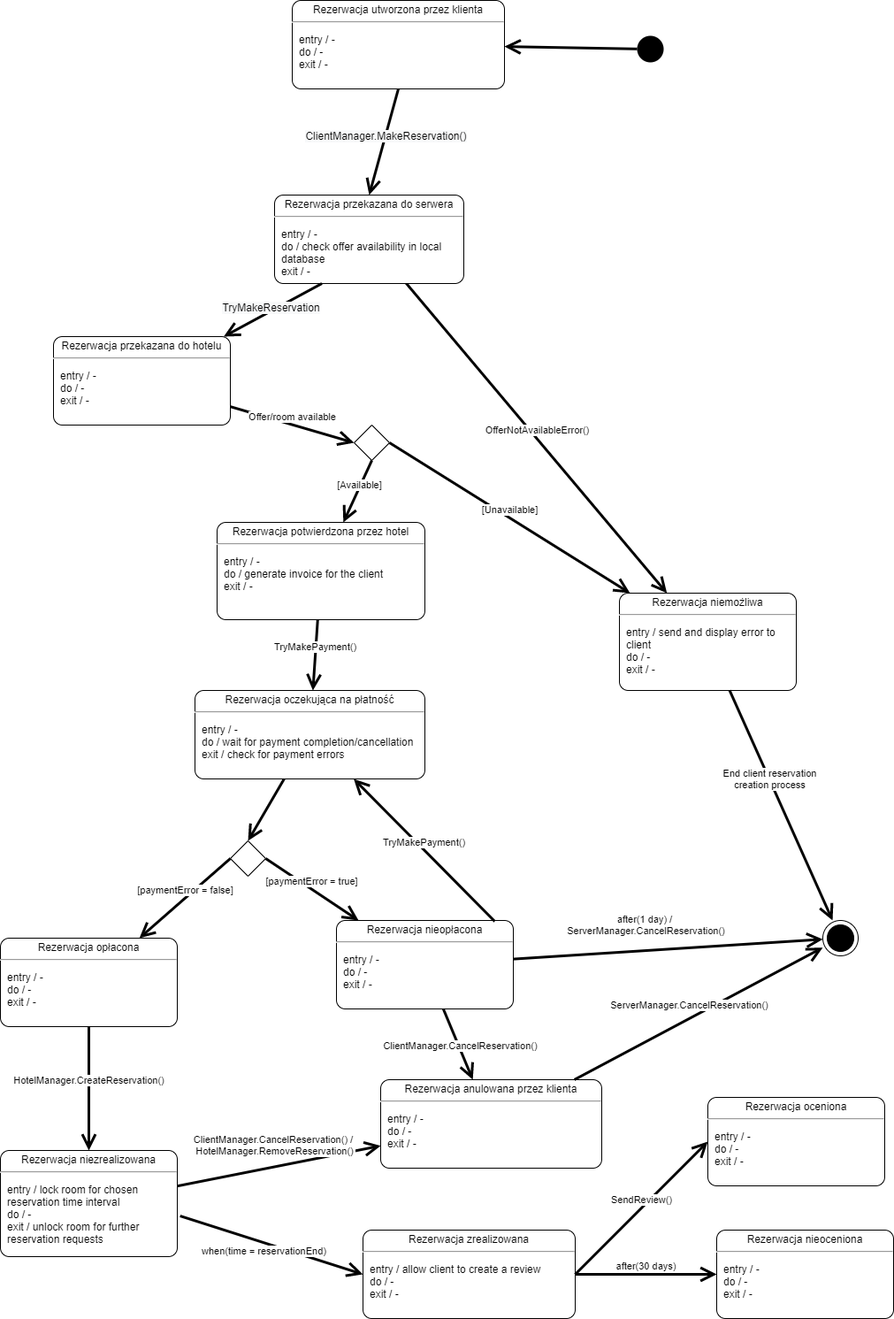
pw-software-engineering/specification keeps this draw.io diagram as checkpoint1/ReservationStateDiagram.png. Above is the earlier version. Source tidied: cells renumbered, new cells last; positions are measured from the earlier drawing's top-left corner, leaving out a move shared by most shapes.
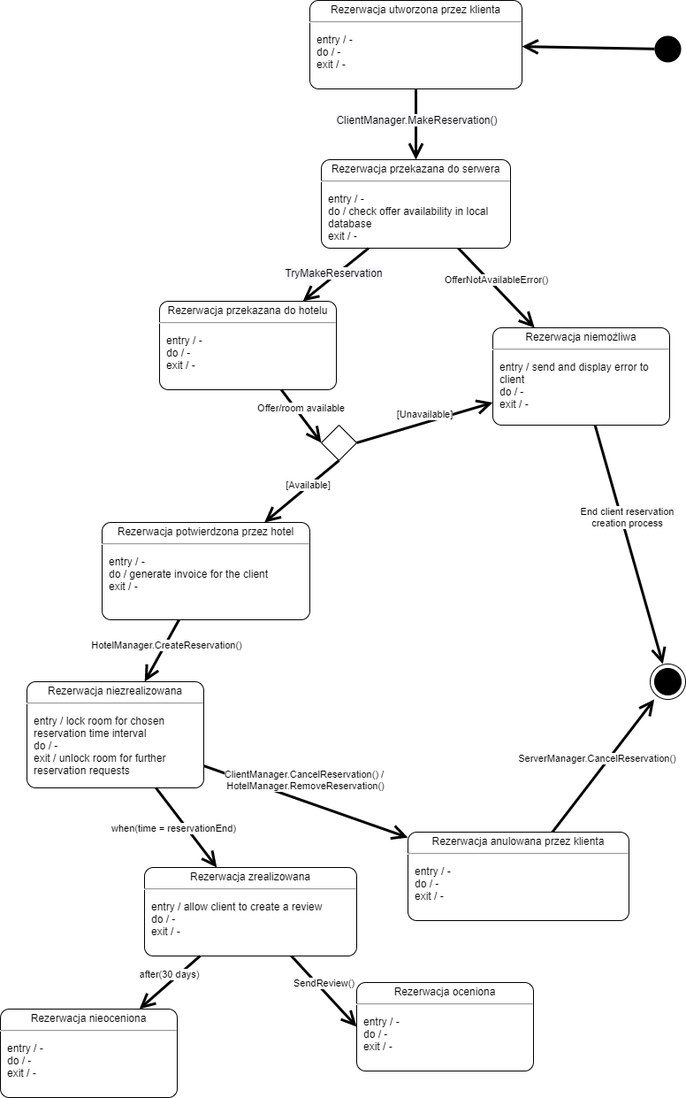
Later version of the same file.

Commit message:
Usunięcie płatności z diagramów rezerwacji

What changed in the source:
```diff
@@ -3,33 +3,30 @@
     <mxCell id="0" />
     <mxCell id="1" parent="0" />
     <mxCell id="2" style="ellipse;fillColor=#000000;strokeColor=none;" parent="1" vertex="1">
-      <mxGeometry x="720" y="40" width="30" height="30" as="geometry" />
+      <mxGeometry x="679" y="290" width="30" height="30" as="geometry" />
     </mxCell>
     <mxCell id="3" style="shape=mxgraph.sysml.actFinal;html=1;verticalLabelPosition=bottom;labelBackgroundColor=#ffffff;verticalAlign=top;" parent="1" vertex="1">
-      <mxGeometry x="930" y="1040" width="40" height="40" as="geometry" />
+      <mxGeometry x="674" y="1000" width="40" height="40" as="geometry" />
     </mxCell>
     <mxCell id="4" value="&lt;p style=&quot;margin: 0px ; margin-top: 4px ; text-align: center&quot;&gt;Rezerwacja utworzona przez klienta&lt;/p&gt;&lt;hr&gt;&lt;p&gt;&lt;/p&gt;&lt;p style=&quot;margin: 0px ; margin-left: 8px ; text-align: left&quot;&gt;entry / -&lt;br&gt;do / -&lt;br&gt;exit / -&lt;/p&gt;" style="shape=mxgraph.sysml.simpleState;html=1;overflow=fill;whiteSpace=wrap;align=center;" parent="1" vertex="1">
-      <mxGeometry x="330" width="240" height="100" as="geometry" />
+      <mxGeometry x="289" y="250" width="240" height="100" as="geometry" />
     </mxCell>
     <mxCell id="5" style="edgeStyle=none;html=1;endArrow=open;endSize=12;strokeWidth=3;verticalAlign=bottom;" parent="1" edge="1" source="2" target="4">
       <mxGeometry relative="1" as="geometry" />
     </mxCell>
     <mxCell id="6" value="&lt;p style=&quot;margin: 0px ; margin-top: 4px ; text-align: center&quot;&gt;Rezerwacja potwierdzona przez hotel&lt;/p&gt;&lt;hr&gt;&lt;p&gt;&lt;/p&gt;&lt;p style=&quot;margin: 0px ; margin-left: 8px ; text-align: left&quot;&gt;entry / -&lt;br&gt;do / generate invoice for the client&lt;br&gt;exit / -&lt;/p&gt;" style="shape=mxgraph.sysml.simpleState;html=1;overflow=fill;whiteSpace=wrap;align=center;" parent="1" vertex="1">
-      <mxGeometry x="245" y="590" width="235" height="110" as="geometry" />
+      <mxGeometry x="54" y="840" width="235" height="110" as="geometry" />
     </mxCell>
     <mxCell id="7" value="&lt;p style=&quot;margin: 0px ; margin-top: 4px ; text-align: center&quot;&gt;Rezerwacja niemożliwa&lt;/p&gt;&lt;hr&gt;&lt;p&gt;&lt;/p&gt;&lt;p style=&quot;margin: 0px ; margin-left: 8px ; text-align: left&quot;&gt;entry / send and display error to client&lt;br&gt;do / -&lt;br&gt;exit / -&lt;/p&gt;" style="shape=mxgraph.sysml.simpleState;html=1;overflow=fill;whiteSpace=wrap;align=center;" parent="1" vertex="1">
-      <mxGeometry x="700" y="670" width="200" height="110" as="geometry" />
+      <mxGeometry x="496" y="620" width="200" height="110" as="geometry" />
     </mxCell>
-    <mxCell id="8" value="&lt;p style=&quot;margin: 0px ; margin-top: 4px ; text-align: center&quot;&gt;Rezerwacja opłacona&lt;/p&gt;&lt;hr&gt;&lt;p&gt;&lt;/p&gt;&lt;p style=&quot;margin: 0px ; margin-left: 8px ; text-align: left&quot;&gt;entry / -&lt;br&gt;do / -&lt;br&gt;exit / -&lt;/p&gt;" style="shape=mxgraph.sysml.simpleState;html=1;overflow=fill;whiteSpace=wrap;align=center;" parent="1" vertex="1">
-      <mxGeometry y="1060" width="200" height="100" as="geometry" />
-    </mxCell>
     <mxCell id="9" value="&lt;p style=&quot;margin: 0px ; margin-top: 4px ; text-align: center&quot;&gt;Rezerwacja niezrealizowana&lt;/p&gt;&lt;hr&gt;&lt;p&gt;&lt;/p&gt;&lt;p style=&quot;margin: 0px ; margin-left: 8px ; text-align: left&quot;&gt;entry /&amp;nbsp;lock room for chosen reservation time interval&lt;br&gt;do / -&lt;br&gt;exit / unlock room for further reservation requests&lt;/p&gt;" style="shape=mxgraph.sysml.simpleState;html=1;overflow=fill;whiteSpace=wrap;align=center;" parent="1" vertex="1">
-      <mxGeometry y="1300" width="200" height="120" as="geometry" />
+      <mxGeometry x="-31" y="1020" width="200" height="120" as="geometry" />
     </mxCell>
     <mxCell id="10" value="&lt;p style=&quot;margin: 0px ; margin-top: 4px ; text-align: center&quot;&gt;Rezerwacja zrealizowana&lt;/p&gt;&lt;hr&gt;&lt;p&gt;&lt;/p&gt;&lt;p style=&quot;margin: 0px ; margin-left: 8px ; text-align: left&quot;&gt;entry / allow client to create a review&lt;br&gt;do / -&lt;br&gt;exit / -&lt;/p&gt;" style="shape=mxgraph.sysml.simpleState;html=1;overflow=fill;whiteSpace=wrap;align=center;" parent="1" vertex="1">
-      <mxGeometry x="410" y="1390" width="240" height="100" as="geometry" />
+      <mxGeometry x="102" y="1230" width="240" height="100" as="geometry" />
     </mxCell>
-    <mxCell id="11" value="when(time = reservationEnd)" style="edgeStyle=none;html=1;endArrow=open;endSize=12;strokeWidth=3;verticalAlign=bottom;exitX=1.016;exitY=0.617;exitDx=0;exitDy=0;exitPerimeter=0;entryX=0;entryY=0.5;entryDx=0;entryDy=0;entryPerimeter=0;" parent="1" edge="1" source="9" target="10">
+    <mxCell id="11" value="when(time = reservationEnd)" style="edgeStyle=none;html=1;endArrow=open;endSize=12;strokeWidth=3;verticalAlign=bottom;" parent="1" edge="1" source="9" target="10">
       <mxGeometry x="-0.03" y="-17" relative="1" as="geometry">
         <mxPoint y="1" as="offset" />
       </mxGeometry>
@@ -38,10 +35,10 @@
       <mxGeometry relative="1" as="geometry" />
     </mxCell>
     <mxCell id="13" value="&lt;p style=&quot;margin: 0px ; margin-top: 4px ; text-align: center&quot;&gt;Rezerwacja przekazana do serwera&lt;/p&gt;&lt;hr&gt;&lt;p&gt;&lt;/p&gt;&lt;p style=&quot;margin: 0px ; margin-left: 8px ; text-align: left&quot;&gt;entry / -&lt;br&gt;do / check offer availability in local database&lt;br&gt;exit / -&lt;/p&gt;" style="shape=mxgraph.sysml.simpleState;html=1;overflow=fill;whiteSpace=wrap;align=center;" parent="1" vertex="1">
-      <mxGeometry x="310" y="220" width="214" height="100" as="geometry" />
+      <mxGeometry x="302" y="430" width="214" height="100" as="geometry" />
     </mxCell>
     <mxCell id="14" value="&lt;p style=&quot;margin: 0px ; margin-top: 4px ; text-align: center&quot;&gt;Rezerwacja przekazana do hotelu&lt;/p&gt;&lt;hr&gt;&lt;p&gt;&lt;/p&gt;&lt;p style=&quot;margin: 0px ; margin-left: 8px ; text-align: left&quot;&gt;entry / -&lt;br&gt;do / -&lt;br&gt;exit / -&lt;/p&gt;" style="shape=mxgraph.sysml.simpleState;html=1;overflow=fill;whiteSpace=wrap;align=center;" parent="1" vertex="1">
-      <mxGeometry x="60" y="380" width="200" height="100" as="geometry" />
+      <mxGeometry x="119" y="590" width="200" height="100" as="geometry" />
     </mxCell>
     <mxCell id="15" style="edgeStyle=none;html=1;endArrow=open;endSize=12;strokeWidth=3;verticalAlign=bottom;entryX=0.5;entryY=0;entryDx=0;entryDy=0;entryPerimeter=0;exitX=0.5;exitY=1;exitDx=0;exitDy=0;exitPerimeter=0;" parent="1" edge="1" source="4" target="13">
       <mxGeometry relative="1" as="geometry" />
@@ -65,15 +62,6 @@
         <mxPoint y="-1" as="offset" />
       </mxGeometry>
     </mxCell>
-    <mxCell id="21" value="&lt;p style=&quot;margin: 0px ; margin-top: 4px ; text-align: center&quot;&gt;Rezerwacja nieopłacona&lt;/p&gt;&lt;hr&gt;&lt;p&gt;&lt;/p&gt;&lt;p style=&quot;margin: 0px ; margin-left: 8px ; text-align: left&quot;&gt;entry / -&lt;br&gt;do / -&lt;br&gt;exit / -&lt;/p&gt;" style="shape=mxgraph.sysml.simpleState;html=1;overflow=fill;whiteSpace=wrap;align=center;" parent="1" vertex="1">
-      <mxGeometry x="380" y="1040" width="200" height="100" as="geometry" />
-    </mxCell>
-    <mxCell id="22" value="after(1 day) / &lt;br&gt;ServerManager.CancelReservation()" style="edgeStyle=none;html=1;endArrow=open;endSize=12;strokeWidth=3;verticalAlign=bottom;" parent="1" edge="1" source="21" target="3">
-      <mxGeometry x="-0.14" y="13" relative="1" as="geometry" />
-    </mxCell>
-    <mxCell id="23" style="shape=rhombus;html=1;labelPosition=right;align=left;verticalAlign=middle;" parent="1" vertex="1">
-      <mxGeometry x="260" y="950" width="40" height="40" as="geometry" />
-    </mxCell>
     <mxCell id="24" style="edgeStyle=none;html=1;endArrow=open;endSize=12;strokeWidth=3;verticalAlign=bottom;" parent="1" edge="1" source="7" target="3">
       <mxGeometry x="-0.06" y="15" relative="1" as="geometry" />
     </mxCell>
@@ -83,7 +71,7 @@
       </mxGeometry>
     </mxCell>
     <mxCell id="26" value="&lt;p style=&quot;margin: 0px ; margin-top: 4px ; text-align: center&quot;&gt;Rezerwacja anulowana przez klienta&lt;/p&gt;&lt;hr&gt;&lt;p&gt;&lt;/p&gt;&lt;p style=&quot;margin: 0px ; margin-left: 8px ; text-align: left&quot;&gt;entry / -&lt;/p&gt;&lt;p style=&quot;margin: 0px ; margin-left: 8px ; text-align: left&quot;&gt;do / -&lt;br&gt;exit / -&lt;/p&gt;" style="shape=mxgraph.sysml.simpleState;html=1;overflow=fill;whiteSpace=wrap;align=center;" parent="1" vertex="1">
-      <mxGeometry x="430" y="1220" width="250" height="100" as="geometry" />
+      <mxGeometry x="400" y="1190" width="250" height="100" as="geometry" />
     </mxCell>
     <mxCell id="27" value="ServerManager.CancelReservation()" style="edgeStyle=none;html=1;endArrow=open;endSize=12;strokeWidth=3;verticalAlign=bottom;" parent="1" edge="1" source="26" target="3">
       <mxGeometry x="-0.06" y="5" relative="1" as="geometry" />
@@ -91,23 +79,14 @@
     <mxCell id="28" value="ClientManager.CancelReservation() / &lt;br&gt;HotelManager.RemoveReservation()" style="edgeStyle=none;html=1;endArrow=open;endSize=12;strokeWidth=3;verticalAlign=bottom;" parent="1" edge="1" source="9" target="26">
       <mxGeometry x="-0.03" y="8" relative="1" as="geometry" />
     </mxCell>
-    <mxCell id="29" value="&lt;p style=&quot;margin: 0px ; margin-top: 4px ; text-align: center&quot;&gt;Rezerwacja oczekująca na płatność&lt;/p&gt;&lt;hr&gt;&lt;p&gt;&lt;/p&gt;&lt;p style=&quot;margin: 0px ; margin-left: 8px ; text-align: left&quot;&gt;entry / -&lt;br&gt;do / wait for payment completion/cancellation&lt;br&gt;exit / check for payment errors&lt;/p&gt;" style="shape=mxgraph.sysml.simpleState;html=1;overflow=fill;whiteSpace=wrap;align=center;" parent="1" vertex="1">
-      <mxGeometry x="220" y="780" width="260" height="100" as="geometry" />
-    </mxCell>
-    <mxCell id="30" value="ClientManager.CancelReservation()" style="edgeStyle=none;html=1;endArrow=open;endSize=12;strokeWidth=3;verticalAlign=bottom;" parent="1" edge="1" source="21" target="26">
-      <mxGeometry x="0.24" y="-2" relative="1" as="geometry" />
-    </mxCell>
     <mxCell id="31" value="&lt;p style=&quot;margin: 0px ; margin-top: 4px ; text-align: center&quot;&gt;Rezerwacja oceniona&lt;/p&gt;&lt;hr&gt;&lt;p&gt;&lt;/p&gt;&lt;p style=&quot;margin: 0px ; margin-left: 8px ; text-align: left&quot;&gt;entry / -&lt;br&gt;do / -&lt;br&gt;exit / -&lt;/p&gt;" style="shape=mxgraph.sysml.simpleState;html=1;overflow=fill;whiteSpace=wrap;align=center;" parent="1" vertex="1">
-      <mxGeometry x="800" y="1240" width="200" height="100" as="geometry" />
+      <mxGeometry x="342" y="1360" width="200" height="100" as="geometry" />
     </mxCell>
-    <mxCell id="32" value="SendReview()" style="edgeStyle=none;html=1;endArrow=open;endSize=12;strokeWidth=3;verticalAlign=bottom;exitX=1;exitY=0.5;exitDx=0;exitDy=0;exitPerimeter=0;entryX=0;entryY=0.5;entryDx=0;entryDy=0;entryPerimeter=0;" parent="1" edge="1" source="10" target="31">
+    <mxCell id="32" value="SendReview()" style="edgeStyle=none;html=1;endArrow=open;endSize=12;strokeWidth=3;verticalAlign=bottom;entryX=0;entryY=0.5;entryDx=0;entryDy=0;entryPerimeter=0;" parent="1" edge="1" source="10" target="31">
       <mxGeometry relative="1" as="geometry" />
     </mxCell>
-    <mxCell id="33" value="TryMakePayment()" style="edgeStyle=none;html=1;endArrow=open;endSize=12;strokeWidth=3;verticalAlign=bottom;exitX=0.895;exitY=0.01;exitDx=0;exitDy=0;exitPerimeter=0;" parent="1" edge="1" source="21" target="29">
-      <mxGeometry relative="1" as="geometry" />
-    </mxCell>
     <mxCell id="34" style="shape=rhombus;html=1;labelPosition=right;align=left;verticalAlign=middle;" parent="1" vertex="1">
-      <mxGeometry x="400" y="480" width="40" height="40" as="geometry" />
+      <mxGeometry x="302" y="730" width="40" height="40" as="geometry" />
     </mxCell>
     <mxCell id="35" value="[Unavailable]" style="edgeStyle=none;html=1;endArrow=open;endSize=12;strokeWidth=3;verticalAlign=bottom;exitX=1;exitY=0.5;exitDx=0;exitDy=0;" parent="1" edge="1" source="34" target="7">
       <mxGeometry relative="1" as="geometry" />
@@ -115,23 +94,14 @@
     <mxCell id="36" value="Offer/room available" style="edgeStyle=none;html=1;endArrow=open;endSize=12;strokeWidth=3;verticalAlign=bottom;entryX=0;entryY=0.5;entryDx=0;entryDy=0;" parent="1" edge="1" source="14" target="34">
       <mxGeometry relative="1" as="geometry" />
     </mxCell>
-    <mxCell id="37" value="TryMakePayment()" style="edgeStyle=none;html=1;endArrow=open;endSize=12;strokeWidth=3;verticalAlign=bottom;" parent="1" edge="1" source="6" target="29">
-      <mxGeometry relative="1" as="geometry" />
-    </mxCell>
-    <mxCell id="38" style="edgeStyle=none;html=1;endArrow=open;endSize=12;strokeWidth=3;verticalAlign=bottom;entryX=0.5;entryY=0;entryDx=0;entryDy=0;" parent="1" edge="1" source="29" target="23">
-      <mxGeometry relative="1" as="geometry" />
-    </mxCell>
-    <mxCell id="39" value="[paymentError = false]" style="edgeStyle=none;html=1;endArrow=open;endSize=12;strokeWidth=3;verticalAlign=bottom;exitX=0;exitY=0.5;exitDx=0;exitDy=0;" parent="1" edge="1" source="23" target="8">
-      <mxGeometry relative="1" as="geometry" />
-    </mxCell>
-    <mxCell id="40" value="[paymentError = true]" style="edgeStyle=none;html=1;endArrow=open;endSize=12;strokeWidth=3;verticalAlign=bottom;exitX=1;exitY=0.5;exitDx=0;exitDy=0;" parent="1" edge="1" source="23" target="21">
-      <mxGeometry relative="1" as="geometry" />
-    </mxCell>
-    <mxCell id="41" value="HotelManager.CreateReservation()" style="edgeStyle=none;html=1;endArrow=open;endSize=12;strokeWidth=3;verticalAlign=bottom;" parent="1" edge="1" source="8" target="9">
+    <mxCell id="41" style="edgeStyle=none;html=1;endArrow=open;endSize=12;strokeWidth=3;verticalAlign=bottom;" parent="1" edge="1" source="6" target="9">
       <mxGeometry relative="1" as="geometry" />
     </mxCell>
+    <mxCell id="44" value="HotelManager.CreateReservation()" style="edgeLabel;html=1;align=center;verticalAlign=middle;" parent="41" vertex="1">
+      <mxGeometry x="-0.21" y="1" relative="1" as="geometry" />
+    </mxCell>
     <mxCell id="42" value="&lt;p style=&quot;margin: 0px ; margin-top: 4px ; text-align: center&quot;&gt;Rezerwacja nieoceniona&lt;/p&gt;&lt;hr&gt;&lt;p&gt;&lt;/p&gt;&lt;p style=&quot;margin: 0px ; margin-left: 8px ; text-align: left&quot;&gt;entry / -&lt;br&gt;do / -&lt;br&gt;exit / -&lt;/p&gt;" style="shape=mxgraph.sysml.simpleState;html=1;overflow=fill;whiteSpace=wrap;align=center;" parent="1" vertex="1">
-      <mxGeometry x="810" y="1390" width="200" height="100" as="geometry" />
+      <mxGeometry x="-61" y="1390" width="200" height="100" as="geometry" />
     </mxCell>
     <mxCell id="43" value="after(30 days)" style="edgeStyle=none;html=1;endArrow=open;endSize=12;strokeWidth=3;verticalAlign=bottom;" parent="1" edge="1" source="10" target="42">
       <mxGeometry relative="1" as="geometry" />
```
